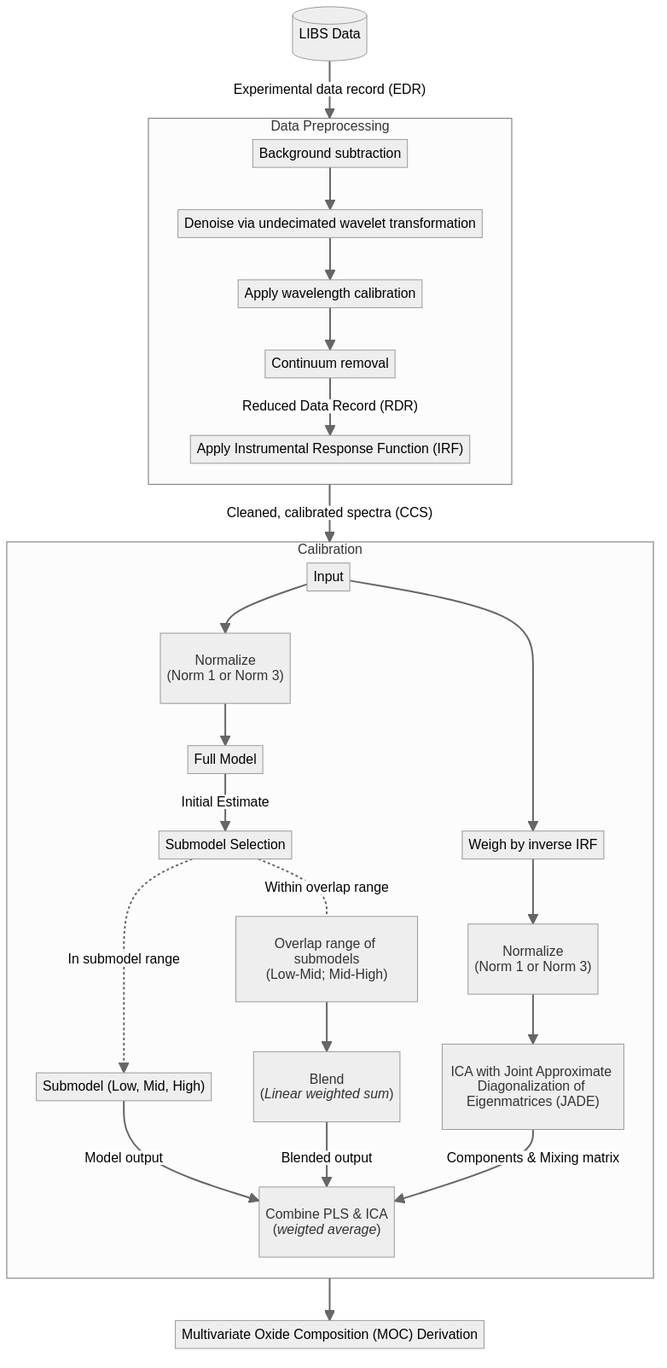
This is report_pre_thesis/src/images/pipeline.png from chhoumann/thesis-chemcam, a Mermaid export, as it was before one commit. Its source is kept beside it as report_pre_thesis/pipeline.mmd.
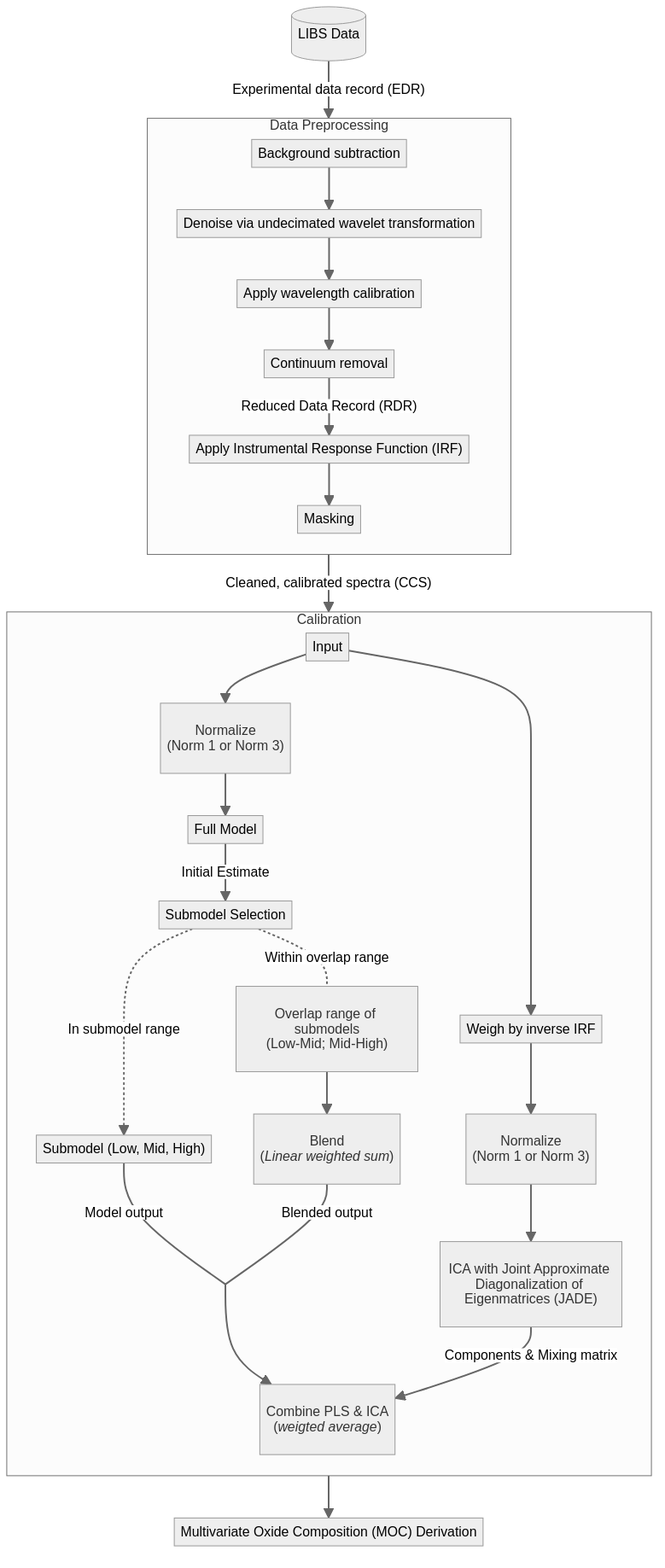
The same file after the commit.

Commit message:
add masking & merge PLS-SM outputs to avoid confusion about double outputs

Diff of the diagram source:
```diff
@@ -3,7 +3,7 @@
         BS[Background subtraction] -->
         WO["Denoise via undecimated wavelet transformation"] -->
         WC["Apply wavelength calibration"] -->
-        CER["Continuum removal"] -->|"Reduced Data Record (RDR)"| IRF["Apply Instrumental Response Function (IRF)"]
+        CER["Continuum removal"] -->|"Reduced Data Record (RDR)"| IRF["Apply Instrumental Response Function (IRF)"] -->M["Masking"]
     end
 
     db[(LIBS Data)] -->|"Experimental data record (EDR)"| DP
@@ -25,13 +25,16 @@
         BR --> BO["`Blend
         (*Linear weighted sum*)`"]
 
-        SM -->|Model output| J
-        BO -->|Blended output| J
+        PLS_SM_OUT[ ]:::empty
+        classDef empty width:0px,height:0px;
+
+        SM ---|Model output| PLS_SM_OUT
+        BO ---|Blended output| PLS_SM_OUT
+
+        PLS_SM_OUT --> J
 
         Input --> WE["Weigh by inverse IRF"] --> NOI["`Normalize
         (Norm 1 or Norm 3)`"] --> I
-
-
 
         I["`ICA with Joint Approximate Diagonalization of Eigenmatrices (JADE)`"]
         I -->|Components & Mixing matrix| J
```
